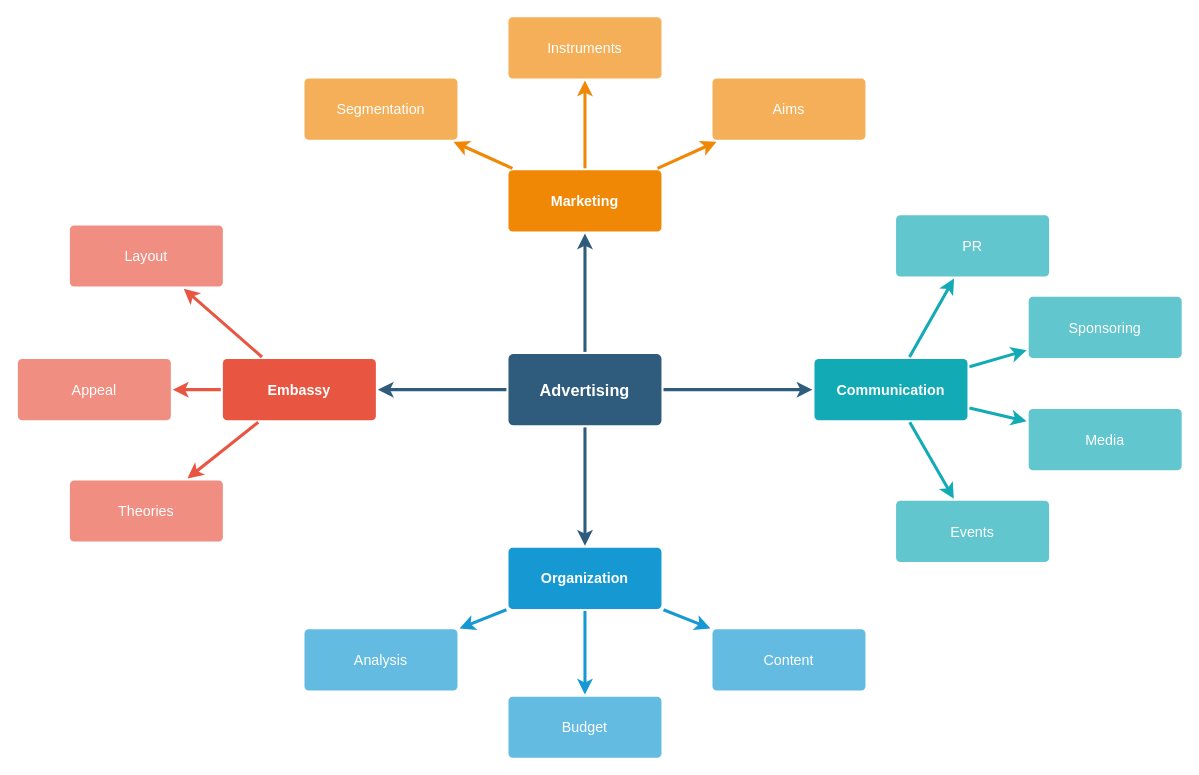
Above: Диаграмма без названия.drawio in sbespalko/draw-io-mind-maps (draw.io), before the change. Source tidied: cells renumbered, new cells numbered last; positions are measured from the earlier drawing's top-left corner, leaving out a move shared by most shapes. Both pictures are drawn from the tidied source at 102%, with x=0, y=0 at pixel (17, 16).
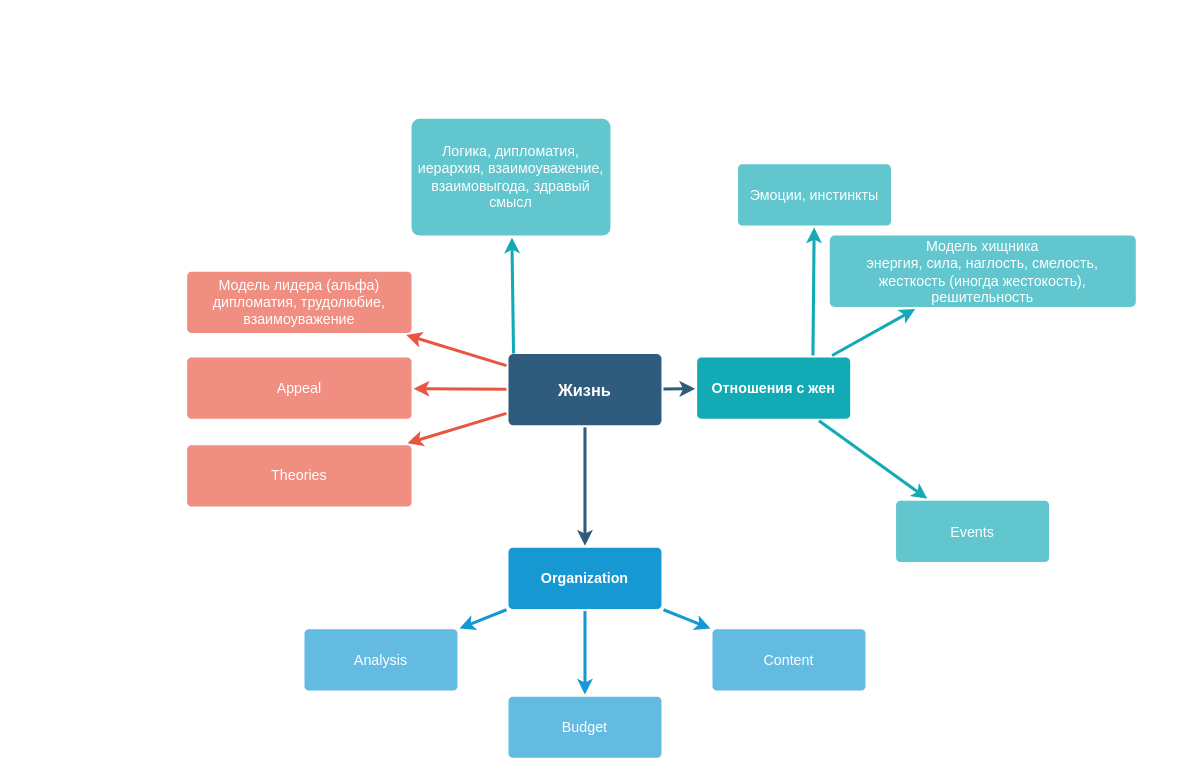
Above is the later version.

Diff of the diagram source:
```diff
@@
-    <mxCell id="2" style="edgeStyle=none;rounded=0;jumpStyle=none;html=1;shadow=0;labelBackgroundColor=none;startArrow=none;startFill=0;endArrow=classic;endFill=1;jettySize=auto;strokeColor=#2F5B7C;strokeWidth=3;fontFamily=Helvetica;fontSize=16;fontColor=#23445D;spacing=5;" parent="1" edge="1" source="6" target="21">
-      <mxGeometry relative="1" as="geometry" />
-    </mxCell>
@@
-    <mxCell id="5" style="edgeStyle=none;rounded=0;jumpStyle=none;html=1;shadow=0;labelBackgroundColor=none;startArrow=none;startFill=0;endArrow=classic;endFill=1;jettySize=auto;strokeColor=#2F5B7C;strokeWidth=3;fontFamily=Helvetica;fontSize=16;fontColor=#23445D;spacing=5;" parent="1" edge="1" source="6" target="10">
-      <mxGeometry relative="1" as="geometry" />
-    </mxCell>
-    <mxCell id="6" value="Advertising" style="rounded=1;whiteSpace=wrap;html=1;shadow=0;labelBackgroundColor=none;strokeColor=none;strokeWidth=3;fillColor=#2F5B7C;fontFamily=Helvetica;fontSize=16;fontColor=#FFFFFF;align=center;fontStyle=1;spacing=5;arcSize=7;perimeterSpacing=2;" parent="1" vertex="1">
+    <mxCell id="6" value="Жизнь" style="rounded=1;whiteSpace=wrap;html=1;shadow=0;labelBackgroundColor=none;strokeColor=none;strokeWidth=3;fillColor=#2F5B7C;fontFamily=Helvetica;fontSize=16;fontColor=#FFFFFF;align=center;fontStyle=1;spacing=5;arcSize=7;perimeterSpacing=2;" parent="1" vertex="1">
       <mxGeometry x="481" y="330.5" width="150" height="70" as="geometry" />
     </mxCell>
-    <mxCell id="7" style="edgeStyle=none;rounded=1;jumpStyle=none;html=1;shadow=0;labelBackgroundColor=none;startArrow=none;startFill=0;jettySize=auto;strokeColor=#E85642;strokeWidth=3;fontFamily=Helvetica;fontSize=14;fontColor=#FFFFFF;spacing=5;fontStyle=1;fillColor=#b0e3e6;" parent="1" edge="1" source="10" target="13">
+    <mxCell id="7" style="edgeStyle=none;rounded=1;jumpStyle=none;html=1;shadow=0;labelBackgroundColor=none;startArrow=none;startFill=0;jettySize=auto;strokeColor=#E85642;strokeWidth=3;fontFamily=Helvetica;fontSize=14;fontColor=#FFFFFF;spacing=5;fontStyle=1;fillColor=#b0e3e6;" parent="1" edge="1" source="6" target="13">
       <mxGeometry relative="1" as="geometry" />
     </mxCell>
-    <mxCell id="8" style="edgeStyle=none;rounded=1;jumpStyle=none;html=1;shadow=0;labelBackgroundColor=none;startArrow=none;startFill=0;jettySize=auto;strokeColor=#E85642;strokeWidth=3;fontFamily=Helvetica;fontSize=14;fontColor=#FFFFFF;spacing=5;fontStyle=1;fillColor=#b0e3e6;" parent="1" edge="1" source="10" target="12">
+    <mxCell id="8" style="edgeStyle=none;rounded=1;jumpStyle=none;html=1;shadow=0;labelBackgroundColor=none;startArrow=none;startFill=0;jettySize=auto;strokeColor=#E85642;strokeWidth=3;fontFamily=Helvetica;fontSize=14;fontColor=#FFFFFF;spacing=5;fontStyle=1;fillColor=#b0e3e6;" parent="1" edge="1" source="6" target="12">
       <mxGeometry relative="1" as="geometry" />
     </mxCell>
-    <mxCell id="9" style="edgeStyle=none;rounded=1;jumpStyle=none;html=1;shadow=0;labelBackgroundColor=none;startArrow=none;startFill=0;jettySize=auto;strokeColor=#E85642;strokeWidth=3;fontFamily=Helvetica;fontSize=14;fontColor=#FFFFFF;spacing=5;fontStyle=1;fillColor=#b0e3e6;" parent="1" edge="1" source="10" target="11">
+    <mxCell id="9" style="edgeStyle=none;rounded=1;jumpStyle=none;html=1;shadow=0;labelBackgroundColor=none;startArrow=none;startFill=0;jettySize=auto;strokeColor=#E85642;strokeWidth=3;fontFamily=Helvetica;fontSize=14;fontColor=#FFFFFF;spacing=5;fontStyle=1;fillColor=#b0e3e6;" parent="1" edge="1" source="6" target="11">
       <mxGeometry relative="1" as="geometry" />
     </mxCell>
-    <mxCell id="10" value="Embassy" style="rounded=1;whiteSpace=wrap;html=1;shadow=0;labelBackgroundColor=none;strokeColor=none;strokeWidth=3;fillColor=#e85642;fontFamily=Helvetica;fontSize=14;fontColor=#FFFFFF;align=center;spacing=5;fontStyle=1;arcSize=7;perimeterSpacing=2;" parent="1" vertex="1">
-      <mxGeometry x="201" y="335.5" width="150" height="60" as="geometry" />
-    </mxCell>
     <mxCell id="11" value="Theories" style="rounded=1;whiteSpace=wrap;html=1;shadow=0;labelBackgroundColor=none;strokeColor=none;strokeWidth=3;fillColor=#f08e81;fontFamily=Helvetica;fontSize=14;fontColor=#FFFFFF;align=center;spacing=5;fontStyle=0;arcSize=7;perimeterSpacing=2;" parent="1" vertex="1">
-      <mxGeometry x="51" y="454.5" width="150" height="60" as="geometry" />
+      <mxGeometry x="166" y="420" width="220" height="60" as="geometry" />
     </mxCell>
     <mxCell id="12" value="Appeal" style="rounded=1;whiteSpace=wrap;html=1;shadow=0;labelBackgroundColor=none;strokeColor=none;strokeWidth=3;fillColor=#f08e81;fontFamily=Helvetica;fontSize=14;fontColor=#FFFFFF;align=center;spacing=5;fontStyle=0;arcSize=7;perimeterSpacing=2;" parent="1" vertex="1">
-      <mxGeometry y="335.5" width="150" height="60" as="geometry" />
+      <mxGeometry x="166" y="334" width="220" height="60" as="geometry" />
     </mxCell>
-    <mxCell id="13" value="Layout" style="rounded=1;whiteSpace=wrap;html=1;shadow=0;labelBackgroundColor=none;strokeColor=none;strokeWidth=3;fillColor=#f08e81;fontFamily=Helvetica;fontSize=14;fontColor=#FFFFFF;align=center;spacing=5;fontStyle=0;arcSize=7;perimeterSpacing=2;" parent="1" vertex="1">
-      <mxGeometry x="51" y="204.5" width="150" height="60" as="geometry" />
+    <mxCell id="13" value="Модель лидера (альфа)&lt;div&gt;дипломатия, трудолюбие, взаимоуважение&lt;/div&gt;" style="rounded=1;whiteSpace=wrap;html=1;shadow=0;labelBackgroundColor=none;strokeColor=none;strokeWidth=3;fillColor=#f08e81;fontFamily=Helvetica;fontSize=14;fontColor=#FFFFFF;align=center;spacing=5;fontStyle=0;arcSize=7;perimeterSpacing=2;" parent="1" vertex="1">
+      <mxGeometry x="166" y="250" width="220" height="60" as="geometry" />
     </mxCell>
@@
-    <mxCell id="21" value="Marketing" style="rounded=1;whiteSpace=wrap;html=1;shadow=0;labelBackgroundColor=none;strokeColor=none;strokeWidth=3;fillColor=#F08705;fontFamily=Helvetica;fontSize=14;fontColor=#FFFFFF;align=center;spacing=5;fontStyle=1;arcSize=7;perimeterSpacing=2;" parent="1" vertex="1">
-      <mxGeometry x="481" y="150.5" width="150" height="60" as="geometry" />
-    </mxCell>
-    <mxCell id="22" value="Aims&lt;br&gt;" style="rounded=1;whiteSpace=wrap;html=1;shadow=0;labelBackgroundColor=none;strokeColor=none;strokeWidth=3;fillColor=#f5af58;fontFamily=Helvetica;fontSize=14;fontColor=#FFFFFF;align=center;spacing=5;arcSize=7;perimeterSpacing=2;" parent="1" vertex="1">
-      <mxGeometry x="681" y="60.5" width="150" height="60" as="geometry" />
-    </mxCell>
-    <mxCell id="23" style="edgeStyle=none;rounded=0;jumpStyle=none;html=1;shadow=0;labelBackgroundColor=none;startArrow=none;startFill=0;endArrow=classic;endFill=1;jettySize=auto;strokeColor=#F08705;strokeWidth=3;fontFamily=Helvetica;fontSize=14;fontColor=#FFFFFF;spacing=5;" parent="1" edge="1" source="21" target="22">
-      <mxGeometry relative="1" as="geometry" />
-    </mxCell>
-    <mxCell id="24" value="Instruments" style="rounded=1;whiteSpace=wrap;html=1;shadow=0;labelBackgroundColor=none;strokeColor=none;strokeWidth=3;fillColor=#f5af58;fontFamily=Helvetica;fontSize=14;fontColor=#FFFFFF;align=center;spacing=5;arcSize=7;perimeterSpacing=2;" parent="1" vertex="1">
-      <mxGeometry x="481" y="0.5" width="150" height="60" as="geometry" />
-    </mxCell>
-    <mxCell id="25" style="edgeStyle=none;rounded=0;jumpStyle=none;html=1;shadow=0;labelBackgroundColor=none;startArrow=none;startFill=0;endArrow=classic;endFill=1;jettySize=auto;strokeColor=#F08705;strokeWidth=3;fontFamily=Helvetica;fontSize=14;fontColor=#FFFFFF;spacing=5;" parent="1" edge="1" source="21" target="24">
-      <mxGeometry relative="1" as="geometry" />
-    </mxCell>
-    <mxCell id="26" value="Segmentation" style="rounded=1;whiteSpace=wrap;html=1;shadow=0;labelBackgroundColor=none;strokeColor=none;strokeWidth=3;fillColor=#f5af58;fontFamily=Helvetica;fontSize=14;fontColor=#FFFFFF;align=center;spacing=5;arcSize=7;perimeterSpacing=2;" parent="1" vertex="1">
-      <mxGeometry x="281" y="60.5" width="150" height="60" as="geometry" />
-    </mxCell>
-    <mxCell id="27" style="edgeStyle=none;rounded=0;jumpStyle=none;html=1;shadow=0;labelBackgroundColor=none;startArrow=none;startFill=0;endArrow=classic;endFill=1;jettySize=auto;strokeColor=#F08705;strokeWidth=3;fontFamily=Helvetica;fontSize=14;fontColor=#FFFFFF;spacing=5;" parent="1" edge="1" source="21" target="26">
-      <mxGeometry relative="1" as="geometry" />
-    </mxCell>
-    <mxCell id="28" value="Communication" style="rounded=1;whiteSpace=wrap;html=1;shadow=0;labelBackgroundColor=none;strokeColor=none;strokeWidth=3;fillColor=#12aab5;fontFamily=Helvetica;fontSize=14;fontColor=#FFFFFF;align=center;spacing=5;fontStyle=1;arcSize=7;perimeterSpacing=2;" parent="1" vertex="1">
-      <mxGeometry x="781" y="335.5" width="150" height="60" as="geometry" />
+    <mxCell id="28" value="Отношения с жен" style="rounded=1;whiteSpace=wrap;html=1;shadow=0;labelBackgroundColor=none;strokeColor=none;strokeWidth=3;fillColor=#12aab5;fontFamily=Helvetica;fontSize=14;fontColor=#FFFFFF;align=center;spacing=5;fontStyle=1;arcSize=7;perimeterSpacing=2;" parent="1" vertex="1">
+      <mxGeometry x="666" y="334" width="150" height="60" as="geometry" />
     </mxCell>
@@
-    <mxCell id="31" value="Media" style="rounded=1;whiteSpace=wrap;html=1;shadow=0;labelBackgroundColor=none;strokeColor=none;strokeWidth=3;fillColor=#61c6ce;fontFamily=Helvetica;fontSize=14;fontColor=#FFFFFF;align=center;spacing=5;fontStyle=0;arcSize=7;perimeterSpacing=2;" parent="1" vertex="1">
-      <mxGeometry x="991" y="384.5" width="150" height="60" as="geometry" />
+    <mxCell id="31" value="Модель хищника&lt;div&gt;энергия, сила, наглость, смелость, жесткость (иногда жестокость), решительность&lt;/div&gt;" style="rounded=1;whiteSpace=wrap;html=1;shadow=0;labelBackgroundColor=none;strokeColor=none;strokeWidth=3;fillColor=#61c6ce;fontFamily=Helvetica;fontSize=14;fontColor=#FFFFFF;align=center;spacing=5;fontStyle=0;arcSize=7;perimeterSpacing=2;" parent="1" vertex="1">
+      <mxGeometry x="796" y="214.5" width="300" height="70" as="geometry" />
     </mxCell>
@@
-    <mxCell id="33" value="Sponsoring" style="rounded=1;whiteSpace=wrap;html=1;shadow=0;labelBackgroundColor=none;strokeColor=none;strokeWidth=3;fillColor=#61c6ce;fontFamily=Helvetica;fontSize=14;fontColor=#FFFFFF;align=center;spacing=5;fontStyle=0;arcSize=7;perimeterSpacing=2;" parent="1" vertex="1">
-      <mxGeometry x="991" y="274.5" width="150" height="60" as="geometry" />
+    <mxCell id="33" value="Эмоции, инстинкты" style="rounded=1;whiteSpace=wrap;html=1;shadow=0;labelBackgroundColor=none;strokeColor=none;strokeWidth=3;fillColor=#61c6ce;fontFamily=Helvetica;fontSize=14;fontColor=#FFFFFF;align=center;spacing=5;fontStyle=0;arcSize=7;perimeterSpacing=2;" parent="1" vertex="1">
+      <mxGeometry x="706" y="144.5" width="150" height="60" as="geometry" />
     </mxCell>
-    <mxCell id="34" style="edgeStyle=none;rounded=1;jumpStyle=none;html=1;shadow=0;labelBackgroundColor=none;startArrow=none;startFill=0;jettySize=auto;strokeColor=#12AAB5;strokeWidth=3;fontFamily=Helvetica;fontSize=14;fontColor=#FFFFFF;spacing=5;fontStyle=1;fillColor=#b0e3e6;" parent="1" edge="1" source="28" target="33">
+    <mxCell id="34" style="edgeStyle=none;rounded=1;jumpStyle=none;html=1;shadow=0;labelBackgroundColor=none;startArrow=none;startFill=0;jettySize=auto;strokeColor=#12AAB5;strokeWidth=3;fontFamily=Helvetica;fontSize=14;fontColor=#FFFFFF;spacing=5;fontStyle=1;fillColor=#b0e3e6;exitX=0.75;exitY=0;exitDx=0;exitDy=0;" parent="1" edge="1" source="28" target="33">
       <mxGeometry relative="1" as="geometry" />
     </mxCell>
-    <mxCell id="35" value="PR" style="rounded=1;whiteSpace=wrap;html=1;shadow=0;labelBackgroundColor=none;strokeColor=none;strokeWidth=3;fillColor=#61c6ce;fontFamily=Helvetica;fontSize=14;fontColor=#FFFFFF;align=center;spacing=5;fontStyle=0;arcSize=7;perimeterSpacing=2;" parent="1" vertex="1">
-      <mxGeometry x="861" y="194.5" width="150" height="60" as="geometry" />
+    <mxCell id="35" value="Логика, дипломатия, иерархия, взаимоуважение, взаимовыгода, здравый смысл" style="rounded=1;whiteSpace=wrap;html=1;shadow=0;labelBackgroundColor=none;strokeColor=none;strokeWidth=3;fillColor=#61c6ce;fontFamily=Helvetica;fontSize=14;fontColor=#FFFFFF;align=center;spacing=5;fontStyle=0;arcSize=7;perimeterSpacing=2;" parent="1" vertex="1">
+      <mxGeometry x="386" y="100" width="195" height="114.5" as="geometry" />
     </mxCell>
-    <mxCell id="36" style="edgeStyle=none;rounded=1;jumpStyle=none;html=1;shadow=0;labelBackgroundColor=none;startArrow=none;startFill=0;jettySize=auto;strokeColor=#12AAB5;strokeWidth=3;fontFamily=Helvetica;fontSize=14;fontColor=#FFFFFF;spacing=5;fontStyle=1;fillColor=#b0e3e6;" parent="1" edge="1" source="28" target="35">
-      <mxGeometry relative="1" as="geometry" />
+    <mxCell id="36" style="edgeStyle=none;rounded=1;jumpStyle=none;html=1;shadow=0;labelBackgroundColor=none;startArrow=none;startFill=0;jettySize=auto;strokeColor=#12AAB5;strokeWidth=3;fontFamily=Helvetica;fontSize=14;fontColor=#FFFFFF;spacing=5;fontStyle=1;fillColor=#b0e3e6;" parent="1" edge="1" target="35">
+      <mxGeometry relative="1" as="geometry">
+        <mxPoint x="486" y="330" as="sourcePoint" />
+      </mxGeometry>
     </mxCell>
```
